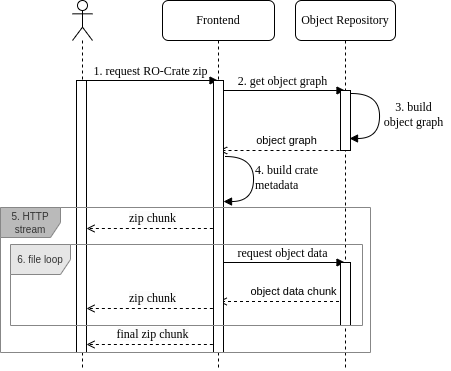
The draw.io diagram assets/exec_flow_zip_retrieval.png in Senckenberg-DCBiodivIT/fair-workflow-platform, before a commit. Source tidied: cells renumbered, new cells last; positions are measured from the earlier drawing's top-left corner, leaving out a move shared by most shapes.
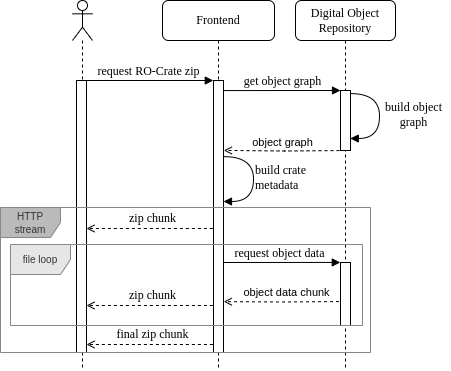
Above is the later version.

Diff of the diagram source:
```diff
@@ -2,18 +2,17 @@
   <root>
     <mxCell id="0" />
     <mxCell id="1" parent="0" />
-    <mxCell id="2" style="edgeStyle=orthogonalEdgeStyle;rounded=0;orthogonalLoop=1;jettySize=auto;html=1;dashed=1;endArrow=open;endFill=0;" parent="1" edge="1">
+    <mxCell id="2" style="edgeStyle=orthogonalEdgeStyle;rounded=0;jettySize=auto;html=1;dashed=1;endArrow=open;endFill=0;entryX=1.025;entryY=0.813;entryDx=0;entryDy=0;entryPerimeter=0;" parent="1" edge="1" target="21">
       <mxGeometry relative="1" as="geometry">
         <mxPoint x="344.5" y="301" as="sourcePoint" />
-        <mxPoint x="218.1" y="301" as="targetPoint" />
       </mxGeometry>
     </mxCell>
     <mxCell id="3" value="object data chunk" style="edgeLabel;html=1;align=center;verticalAlign=middle;" parent="2" vertex="1">
       <mxGeometry x="-0.18" y="1" relative="1" as="geometry">
-        <mxPoint y="-11" as="offset" />
+        <mxPoint x="-9" y="-11" as="offset" />
       </mxGeometry>
     </mxCell>
-    <mxCell id="4" value="Object Repository" style="shape=umlLifeline;perimeter=lifelinePerimeter;whiteSpace=wrap;html=1;rounded=1;shadow=0;comic=0;labelBackgroundColor=none;strokeWidth=1;fontFamily=Verdana;fontSize=12;align=center;" parent="1" vertex="1">
+    <mxCell id="4" value="Digital Object&lt;div&gt;Repository&lt;/div&gt;" style="shape=umlLifeline;perimeter=lifelinePerimeter;whiteSpace=wrap;html=1;rounded=1;shadow=0;comic=0;labelBackgroundColor=none;strokeWidth=1;fontFamily=Verdana;fontSize=12;align=center;" parent="1" vertex="1">
       <mxGeometry x="295" width="100" height="370" as="geometry" />
     </mxCell>
     <mxCell id="5" value="Frontend" style="shape=umlLifeline;perimeter=lifelinePerimeter;whiteSpace=wrap;html=1;outlineConnect=0;rounded=1;shadow=0;comic=0;labelBackgroundColor=none;strokeWidth=1;fontFamily=Verdana;fontSize=12;align=center;" parent="1" vertex="1">
@@ -25,21 +24,9 @@
     <mxCell id="7" style="html=1;perimeter=orthogonalPerimeter;rounded=0;shadow=0;comic=0;labelBackgroundColor=none;strokeWidth=1;fontFamily=Verdana;fontSize=12;align=center;" parent="1" vertex="1">
       <mxGeometry x="76" y="80" width="10" height="272" as="geometry" />
     </mxCell>
-    <mxCell id="8" value="1. request RO-Crate zip" style="html=1;verticalAlign=bottom;endArrow=block;labelBackgroundColor=none;fontFamily=Verdana;fontSize=12;elbow=horizontal;" parent="1" edge="1" target="5">
-      <mxGeometry relative="1" as="geometry">
-        <mxPoint x="82.3" y="80" as="sourcePoint" />
-      </mxGeometry>
-    </mxCell>
-    <mxCell id="9" value="2. get object graph" style="html=1;verticalAlign=bottom;endArrow=block;labelBackgroundColor=none;fontFamily=Verdana;fontSize=12;elbow=horizontal;" parent="1" edge="1">
-      <mxGeometry relative="1" as="geometry">
-        <mxPoint x="218.1" y="90" as="sourcePoint" />
-        <mxPoint x="344.5" y="90" as="targetPoint" />
-      </mxGeometry>
-    </mxCell>
-    <mxCell id="10" value="request object data" style="html=1;verticalAlign=bottom;endArrow=block;labelBackgroundColor=none;fontFamily=Verdana;fontSize=12;elbow=horizontal;" parent="1" edge="1">
+    <mxCell id="10" value="request object data" style="html=1;verticalAlign=bottom;endArrow=block;labelBackgroundColor=none;fontFamily=Verdana;fontSize=12;elbow=horizontal;entryX=-0.022;entryY=-0.001;entryDx=0;entryDy=0;entryPerimeter=0;" parent="1" edge="1" target="12">
       <mxGeometry relative="1" as="geometry">
         <mxPoint x="218.1" y="262" as="sourcePoint" />
-        <mxPoint x="344.5" y="262" as="targetPoint" />
       </mxGeometry>
     </mxCell>
     <mxCell id="11" style="html=1;points=[];perimeter=orthogonalPerimeter;rounded=0;shadow=0;comic=0;labelBackgroundColor=none;strokeWidth=1;fontFamily=Verdana;fontSize=12;align=center;" parent="1" vertex="1">
@@ -48,17 +35,6 @@
     <mxCell id="12" style="html=1;points=[];perimeter=orthogonalPerimeter;rounded=0;shadow=0;comic=0;labelBackgroundColor=none;strokeWidth=1;fontFamily=Verdana;fontSize=12;align=center;" parent="1" vertex="1">
       <mxGeometry x="340" y="262" width="10" height="63" as="geometry" />
     </mxCell>
-    <mxCell id="13" style="edgeStyle=orthogonalEdgeStyle;rounded=0;orthogonalLoop=1;jettySize=auto;html=1;dashed=1;endArrow=open;endFill=0;" parent="1" edge="1">
-      <mxGeometry relative="1" as="geometry">
-        <mxPoint x="345" y="150" as="sourcePoint" />
-        <mxPoint x="218.6" y="150" as="targetPoint" />
-      </mxGeometry>
-    </mxCell>
-    <mxCell id="14" value="object graph" style="edgeLabel;html=1;align=center;verticalAlign=middle;" parent="13" vertex="1">
-      <mxGeometry x="-0.18" y="1" relative="1" as="geometry">
-        <mxPoint x="-8" y="-11" as="offset" />
-      </mxGeometry>
-    </mxCell>
     <mxCell id="15" style="edgeStyle=orthogonalEdgeStyle;rounded=0;orthogonalLoop=1;jettySize=auto;html=1;dashed=1;endArrow=open;endFill=0;" parent="1" edge="1">
       <mxGeometry relative="1" as="geometry">
         <mxPoint x="212.4" y="228" as="sourcePoint" />
@@ -72,8 +48,8 @@
     </mxCell>
     <mxCell id="17" style="edgeStyle=orthogonalEdgeStyle;rounded=0;orthogonalLoop=1;jettySize=auto;html=1;dashed=1;endArrow=open;endFill=0;" parent="1" edge="1">
       <mxGeometry relative="1" as="geometry">
-        <mxPoint x="212.4" y="308" as="sourcePoint" />
-        <mxPoint x="86" y="308" as="targetPoint" />
+        <mxPoint x="212.4" y="305" as="sourcePoint" />
+        <mxPoint x="86" y="305" as="targetPoint" />
       </mxGeometry>
     </mxCell>
     <mxCell id="18" value="&lt;span style=&quot;font-family: Verdana; font-size: 12px; background-color: rgb(251, 251, 251);&quot;&gt;zip chunk&lt;/span&gt;" style="edgeLabel;html=1;align=center;verticalAlign=middle;" parent="17" vertex="1">
@@ -95,12 +71,11 @@
     <mxCell id="21" style="html=1;points=[];perimeter=orthogonalPerimeter;rounded=0;shadow=0;comic=0;labelBackgroundColor=none;strokeWidth=1;fontFamily=Verdana;fontSize=12;align=center;" parent="1" vertex="1">
       <mxGeometry x="213" y="80" width="10" height="272" as="geometry" />
     </mxCell>
-    <mxCell id="22" value="&lt;p style=&quot;line-height: 100%;&quot;&gt;&lt;font style=&quot;font-size: 10px;&quot;&gt;5. HTTP stream&lt;/font&gt;&lt;/p&gt;" style="shape=umlFrame;whiteSpace=wrap;html=1;fillColor=#BABABA;fontColor=#333333;strokeColor=#878787;gradientColor=none;shadow=0;" parent="1" vertex="1">
+    <mxCell id="22" value="&lt;p style=&quot;line-height: 100%;&quot;&gt;&lt;font style=&quot;font-size: 10px;&quot;&gt;HTTP stream&lt;/font&gt;&lt;/p&gt;" style="shape=umlFrame;whiteSpace=wrap;html=1;fillColor=#BABABA;fontColor=#333333;strokeColor=#878787;gradientColor=none;shadow=0;" parent="1" vertex="1">
       <mxGeometry y="207" width="370" height="145" as="geometry" />
     </mxCell>
-    <mxCell id="23" style="html=1;verticalAlign=bottom;endArrow=block;labelBackgroundColor=none;fontFamily=Verdana;fontSize=12;elbow=vertical;edgeStyle=orthogonalEdgeStyle;curved=1;exitX=1.038;exitY=0.345;exitPerimeter=0;entryX=0.8;entryY=0.238;entryDx=0;entryDy=0;entryPerimeter=0;" parent="1" edge="1">
+    <mxCell id="23" style="html=1;verticalAlign=bottom;endArrow=block;labelBackgroundColor=none;fontFamily=Verdana;fontSize=12;elbow=vertical;edgeStyle=orthogonalEdgeStyle;curved=1;exitX=1.052;exitY=0.28;exitPerimeter=0;entryX=0.8;entryY=0.238;entryDx=0;entryDy=0;entryPerimeter=0;exitDx=0;exitDy=0;" parent="1" edge="1" source="21">
       <mxGeometry relative="1" as="geometry">
-        <mxPoint x="225" y="156" as="sourcePoint" />
         <mxPoint x="223" y="200.7" as="targetPoint" />
         <Array as="points">
           <mxPoint x="253" y="156" />
@@ -109,25 +84,43 @@
         </Array>
       </mxGeometry>
     </mxCell>
-    <mxCell id="24" value="4. build crate metadata" style="text;html=1;align=left;verticalAlign=middle;whiteSpace=wrap;rounded=0;fontFamily=Verdana;" parent="1" vertex="1">
+    <mxCell id="24" value="build crate&lt;div&gt;metadata&lt;/div&gt;" style="text;html=1;align=left;verticalAlign=middle;whiteSpace=wrap;rounded=0;fontFamily=Verdana;" parent="1" vertex="1">
       <mxGeometry x="253" y="162" width="69" height="30" as="geometry" />
     </mxCell>
-    <mxCell id="25" value="&lt;font style=&quot;font-size: 10px;&quot;&gt;6. file loop&lt;/font&gt;" style="shape=umlFrame;whiteSpace=wrap;html=1;fillColor=#E6E6E6;fontColor=#333333;strokeColor=#878787;shadow=0;" parent="1" vertex="1">
+    <mxCell id="25" value="&lt;font style=&quot;font-size: 10px;&quot;&gt;file loop&lt;/font&gt;" style="shape=umlFrame;whiteSpace=wrap;html=1;fillColor=#E6E6E6;fontColor=#333333;strokeColor=#878787;shadow=0;" parent="1" vertex="1">
       <mxGeometry x="10" y="244" width="352" height="81" as="geometry" />
     </mxCell>
-    <mxCell id="26" style="html=1;verticalAlign=bottom;endArrow=block;labelBackgroundColor=none;fontFamily=Verdana;fontSize=12;elbow=vertical;edgeStyle=orthogonalEdgeStyle;curved=1;exitX=1.038;exitY=0.345;exitPerimeter=0;entryX=0.8;entryY=0.238;entryDx=0;entryDy=0;entryPerimeter=0;" parent="1" edge="1">
+    <mxCell id="26" style="html=1;verticalAlign=bottom;endArrow=block;labelBackgroundColor=none;fontFamily=Verdana;fontSize=12;elbow=vertical;edgeStyle=orthogonalEdgeStyle;curved=1;exitX=0.998;exitY=0.052;exitPerimeter=0;entryX=0.975;entryY=0.812;entryDx=0;entryDy=0;entryPerimeter=0;exitDx=0;exitDy=0;" parent="1" edge="1" source="11" target="11">
       <mxGeometry relative="1" as="geometry">
-        <mxPoint x="351" y="93" as="sourcePoint" />
-        <mxPoint x="349" y="137.7" as="targetPoint" />
         <Array as="points">
           <mxPoint x="379" y="93" />
           <mxPoint x="379" y="138" />
-          <mxPoint x="349" y="138" />
+          <mxPoint x="350" y="138" />
         </Array>
       </mxGeometry>
     </mxCell>
-    <mxCell id="27" value="3. build&lt;div&gt;object graph&lt;/div&gt;" style="text;html=1;align=center;verticalAlign=middle;whiteSpace=wrap;rounded=0;fontFamily=Verdana;" parent="1" vertex="1">
+    <mxCell id="27" value="build object&lt;div&gt;graph&lt;/div&gt;" style="text;html=1;align=center;verticalAlign=middle;whiteSpace=wrap;rounded=0;fontFamily=Verdana;" parent="1" vertex="1">
       <mxGeometry x="377" y="99" width="73" height="30" as="geometry" />
     </mxCell>
+    <mxCell id="8" value="request RO-Crate z&lt;span style=&quot;background-color: initial;&quot;&gt;ip&lt;/span&gt;" style="html=1;verticalAlign=bottom;endArrow=block;labelBackgroundColor=none;fontFamily=Verdana;fontSize=12;elbow=horizontal;entryX=-0.02;entryY=0;entryDx=0;entryDy=0;entryPerimeter=0;" parent="1" edge="1" target="21">
+      <mxGeometry relative="1" as="geometry">
+        <mxPoint x="82.3" y="80" as="sourcePoint" />
+      </mxGeometry>
+    </mxCell>
+    <mxCell id="9" value="get object graph" style="html=1;verticalAlign=bottom;endArrow=block;labelBackgroundColor=none;fontFamily=Verdana;fontSize=12;elbow=horizontal;exitX=1;exitY=0.037;exitDx=0;exitDy=0;exitPerimeter=0;" parent="1" edge="1" source="21">
+      <mxGeometry relative="1" as="geometry">
+        <mxPoint x="340" y="90" as="targetPoint" />
+      </mxGeometry>
+    </mxCell>
+    <mxCell id="13" style="edgeStyle=orthogonalEdgeStyle;rounded=0;jettySize=auto;html=1;dashed=1;endArrow=open;endFill=0;entryX=1.028;entryY=0.257;entryDx=0;entryDy=0;entryPerimeter=0;" parent="1" edge="1" target="21">
+      <mxGeometry relative="1" as="geometry">
+        <mxPoint x="345" y="150" as="sourcePoint" />
+      </mxGeometry>
+    </mxCell>
+    <mxCell id="14" value="object graph" style="edgeLabel;html=1;align=center;verticalAlign=middle;" parent="13" vertex="1">
+      <mxGeometry x="0.13" y="1" relative="1" as="geometry">
+        <mxPoint x="5" y="-9" as="offset" />
+      </mxGeometry>
+    </mxCell>
   </root>
 </mxGraphModel>
```
